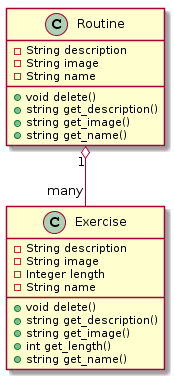
This is doc/ds/class_diagram.png from karolinaoparczyk/Python_GTK, a PlantUML export, as it was before one commit.
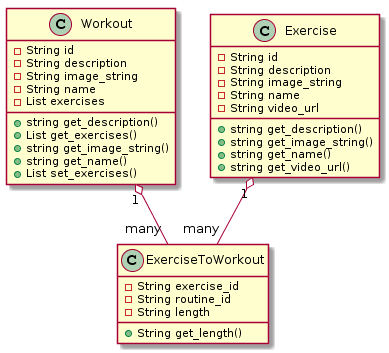
The same diagram one commit later.

What changed in the source:
```diff
@@ -1,25 +1,36 @@
 @startuml
-Routine "1" o-- "many"  Exercise
+Workout "1" o-- "many"  ExerciseToWorkout
+Exercise "1" o-- "many" ExerciseToWorkout
 
-class Routine {
+class Workout {
+	-String id
 	-String description
-	-String image
+	-String image_string
 	-String name
-	+void delete()
+	-List exercises
 	+string get_description()
-	+string get_image()
+	+List get_exercises()
+	+string get_image_string()
 	+string get_name()
+	+List set_exercises()
 }
 
 class Exercise {
+	-String id
 	-String description
-	-String image
-	-Integer length
+	-String image_string
 	-String name
-	+void delete()
+	-String video_url
 	+string get_description()
-	+string get_image()
-	+int get_length()
+	+string get_image_string()
 	+string get_name()
+	+string get_video_url()
+}
+
+class ExerciseToWorkout {
+	-String exercise_id
+	-String routine_id
+	-String length
+	+String get_length()
 }
 @enduml
```
